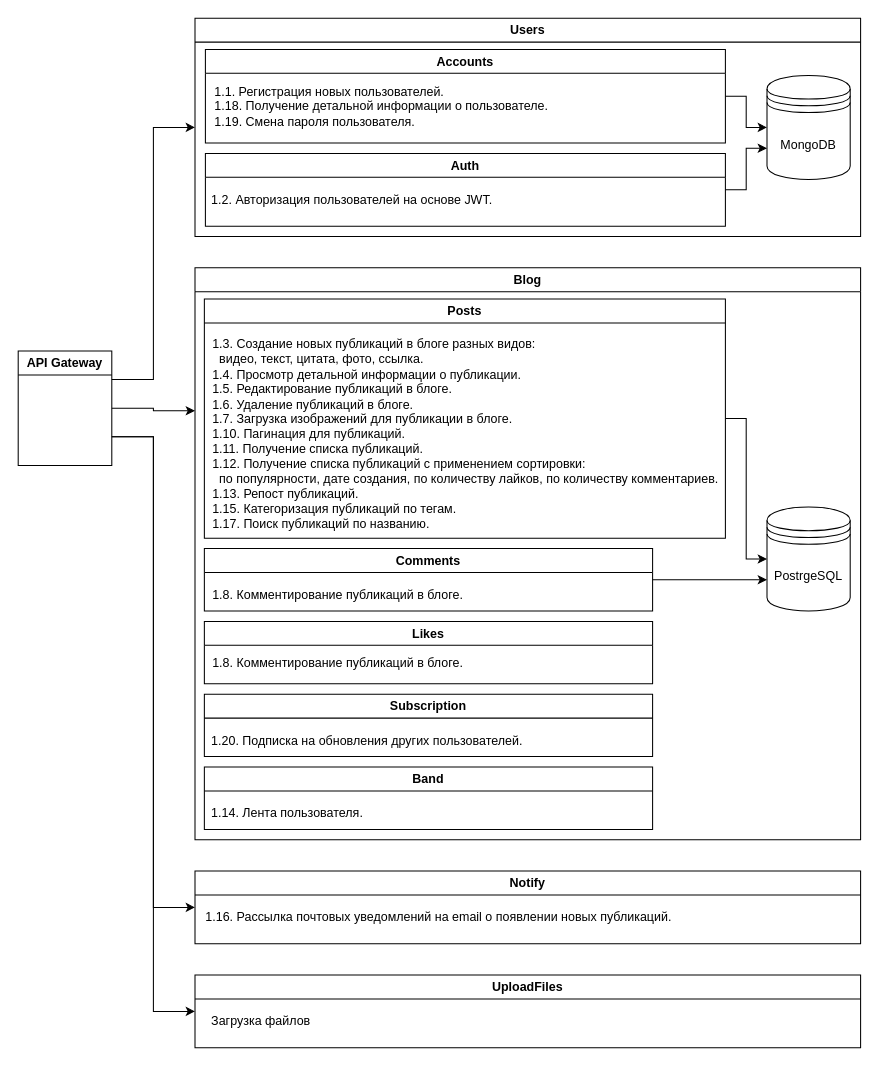
htmlacademy-nestjs/2486639-readme-8 keeps this draw.io diagram as specification.drawio. Above is the earlier version. Source tidied: cells renumbered, new cells numbered last; positions are measured from the earlier drawing's top-left corner, leaving out a move shared by most shapes. Both pictures are drawn from the tidied source at 104%, with x=0, y=0 at pixel (18, 18).
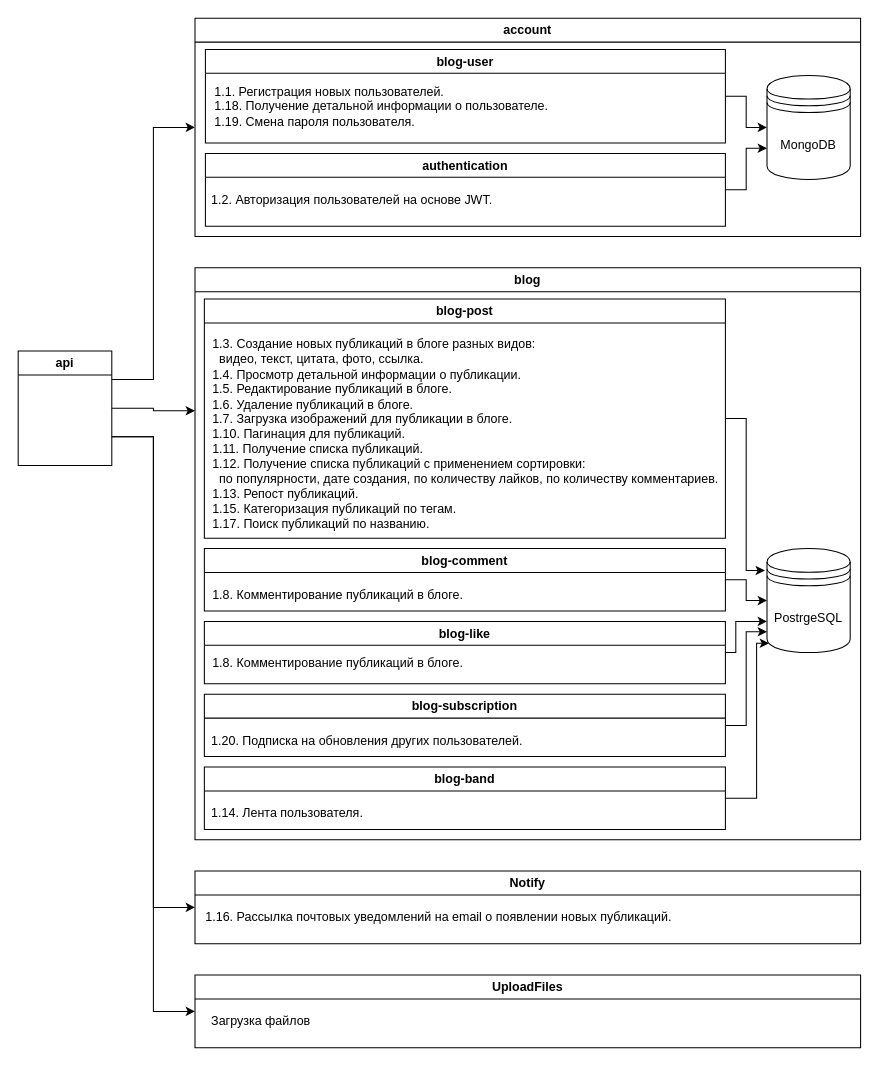
Above is the later version.

Commit message (it also covers changes not shown here):
скорректировал описание

Change to the diagram source:
```diff
@@
-    <mxCell id="2" value="Blog" style="swimlane;whiteSpace=wrap;html=1;align=center;fontSize=12;" parent="1" vertex="1">
+    <mxCell id="2" value="blog" style="swimlane;whiteSpace=wrap;html=1;align=center;fontSize=12;" parent="1" vertex="1">
       <mxGeometry x="170" y="240" width="640" height="550" as="geometry" />
     </mxCell>
     <mxCell id="3" value="PostrgeSQL" style="shape=datastore;whiteSpace=wrap;html=1;fontSize=12;" parent="2" vertex="1">
-      <mxGeometry x="550" y="230" width="80" height="100" as="geometry" />
+      <mxGeometry x="550" y="270" width="80" height="100" as="geometry" />
     </mxCell>
-    <mxCell id="4" style="edgeStyle=orthogonalEdgeStyle;rounded=0;jettySize=auto;html=1;exitX=1;exitY=0.5;exitDx=0;exitDy=0;entryX=0;entryY=0.5;entryDx=0;entryDy=0;fontSize=12;" parent="2" edge="1" source="5" target="3">
-      <mxGeometry relative="1" as="geometry" />
+    <mxCell id="4" style="edgeStyle=orthogonalEdgeStyle;rounded=0;jettySize=auto;html=1;exitX=1;exitY=0.5;exitDx=0;exitDy=0;entryX=-0.025;entryY=0.21;entryDx=0;entryDy=0;fontSize=12;entryPerimeter=0;" parent="2" edge="1" source="5" target="3">
+      <mxGeometry relative="1" as="geometry">
+        <Array as="points">
+          <mxPoint x="530" y="145" />
+          <mxPoint x="530" y="291" />
+        </Array>
+      </mxGeometry>
     </mxCell>
-    <mxCell id="5" value="Posts" style="swimlane;whiteSpace=wrap;html=1;align=center;fontSize=12;" parent="2" vertex="1">
+    <mxCell id="5" value="blog-post" style="swimlane;whiteSpace=wrap;html=1;align=center;fontSize=12;" parent="2" vertex="1">
       <mxGeometry x="9" y="30" width="501" height="230" as="geometry" />
     </mxCell>
@@
-    <mxCell id="7" style="edgeStyle=orthogonalEdgeStyle;rounded=0;jettySize=auto;html=1;exitX=1;exitY=0.5;exitDx=0;exitDy=0;entryX=0;entryY=0.7;entryDx=0;entryDy=0;fontSize=12;" parent="2" edge="1" source="8" target="3">
+    <mxCell id="7" style="edgeStyle=orthogonalEdgeStyle;rounded=0;jettySize=auto;html=1;exitX=1;exitY=0.5;exitDx=0;exitDy=0;entryX=0;entryY=0.5;entryDx=0;entryDy=0;fontSize=12;" parent="2" edge="1" source="8" target="3">
       <mxGeometry relative="1" as="geometry" />
     </mxCell>
-    <mxCell id="8" value="Comments" style="swimlane;whiteSpace=wrap;html=1;align=center;fontSize=12;" parent="2" vertex="1">
-      <mxGeometry x="9" y="270" width="431" height="60" as="geometry" />
+    <mxCell id="8" value="blog-comment" style="swimlane;whiteSpace=wrap;html=1;align=center;fontSize=12;" parent="2" vertex="1">
+      <mxGeometry x="9" y="270" width="501" height="60" as="geometry" />
     </mxCell>
@@
+    <mxCell id="33" style="edgeStyle=orthogonalEdgeStyle;rounded=0;jettySize=auto;html=1;exitX=1;exitY=0.5;exitDx=0;exitDy=0;entryX=0;entryY=0.7;entryDx=0;entryDy=0;" parent="2" edge="1" source="10" target="3">
+      <mxGeometry relative="1" as="geometry">
+        <Array as="points">
+          <mxPoint x="520" y="370" />
+          <mxPoint x="520" y="340" />
+        </Array>
+      </mxGeometry>
+    </mxCell>
-    <mxCell id="10" value="Likes" style="swimlane;whiteSpace=wrap;html=1;align=center;fontSize=12;" parent="2" vertex="1">
-      <mxGeometry x="9" y="340" width="431" height="60" as="geometry" />
+    <mxCell id="10" value="blog-like" style="swimlane;whiteSpace=wrap;html=1;align=center;fontSize=12;" parent="2" vertex="1">
+      <mxGeometry x="9" y="340" width="501" height="60" as="geometry" />
     </mxCell>
@@
-    <mxCell id="12" value="Subscription" style="swimlane;whiteSpace=wrap;html=1;align=center;fontSize=12;" parent="2" vertex="1">
-      <mxGeometry x="9" y="410" width="431" height="60" as="geometry" />
+    <mxCell id="12" value="blog-subscription" style="swimlane;whiteSpace=wrap;html=1;align=center;fontSize=12;" parent="2" vertex="1">
+      <mxGeometry x="9" y="410" width="501" height="60" as="geometry" />
     </mxCell>
@@
+    <mxCell id="34" style="edgeStyle=orthogonalEdgeStyle;rounded=0;jettySize=auto;html=1;exitX=1;exitY=0.5;exitDx=0;exitDy=0;entryX=0.025;entryY=0.91;entryDx=0;entryDy=0;entryPerimeter=0;" parent="2" edge="1" source="14" target="3">
+      <mxGeometry relative="1" as="geometry">
+        <Array as="points">
+          <mxPoint x="540" y="510" />
+          <mxPoint x="540" y="361" />
+        </Array>
+      </mxGeometry>
+    </mxCell>
-    <mxCell id="14" value="Band" style="swimlane;whiteSpace=wrap;html=1;align=center;fontSize=12;" parent="2" vertex="1">
-      <mxGeometry x="9" y="480" width="431" height="60" as="geometry" />
+    <mxCell id="14" value="blog-band" style="swimlane;whiteSpace=wrap;html=1;align=center;fontSize=12;" parent="2" vertex="1">
+      <mxGeometry x="9" y="480" width="501" height="60" as="geometry" />
     </mxCell>
@@
+    <mxCell id="35" style="edgeStyle=orthogonalEdgeStyle;rounded=0;jettySize=auto;html=1;exitX=1;exitY=0.5;exitDx=0;exitDy=0;entryX=0;entryY=0.8;entryDx=0;entryDy=0;entryPerimeter=0;" parent="2" edge="1" source="12" target="3">
+      <mxGeometry relative="1" as="geometry">
+        <Array as="points">
+          <mxPoint x="530" y="440" />
+          <mxPoint x="530" y="350" />
+        </Array>
+      </mxGeometry>
+    </mxCell>
-    <mxCell id="16" value="Users" style="swimlane;whiteSpace=wrap;html=1;align=center;fontSize=12;" parent="1" vertex="1">
+    <mxCell id="16" value="account" style="swimlane;whiteSpace=wrap;html=1;align=center;fontSize=12;" parent="1" vertex="1">
       <mxGeometry x="170" width="640" height="210" as="geometry" />
     </mxCell>
@@
-    <mxCell id="19" value="Accounts" style="swimlane;whiteSpace=wrap;html=1;align=center;fontSize=12;" parent="16" vertex="1">
+    <mxCell id="19" value="blog-user" style="swimlane;whiteSpace=wrap;html=1;align=center;fontSize=12;" parent="16" vertex="1">
       <mxGeometry x="10" y="30" width="500" height="90" as="geometry" />
     </mxCell>
@@
-    <mxCell id="22" value="Auth" style="swimlane;whiteSpace=wrap;html=1;align=center;fontSize=12;" parent="16" vertex="1">
+    <mxCell id="22" value="authentication" style="swimlane;whiteSpace=wrap;html=1;align=center;fontSize=12;startSize=23;" parent="16" vertex="1">
       <mxGeometry x="10" y="130" width="500" height="70" as="geometry" />
     </mxCell>
@@
-    <mxCell id="32" value="API Gateway" style="swimlane;whiteSpace=wrap;html=1;align=center;fontSize=12;" parent="1" vertex="1">
+    <mxCell id="32" value="api" style="swimlane;whiteSpace=wrap;html=1;align=center;fontSize=12;" parent="1" vertex="1">
       <mxGeometry y="320" width="90" height="110" as="geometry" />
     </mxCell>
```
